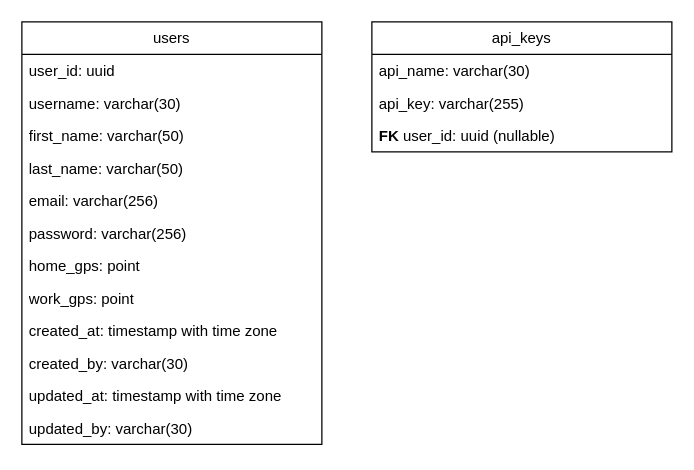
Earlier version of the draw.io diagram db/data-model.drawio (hgorges/Daily-Dash). Source tidied: cells renumbered, new cells numbered last; positions are measured from the earlier drawing's top-left corner, leaving out a move shared by most shapes. Both pictures are drawn from the tidied source at 125%, with x=0, y=0 at pixel (21, 21).
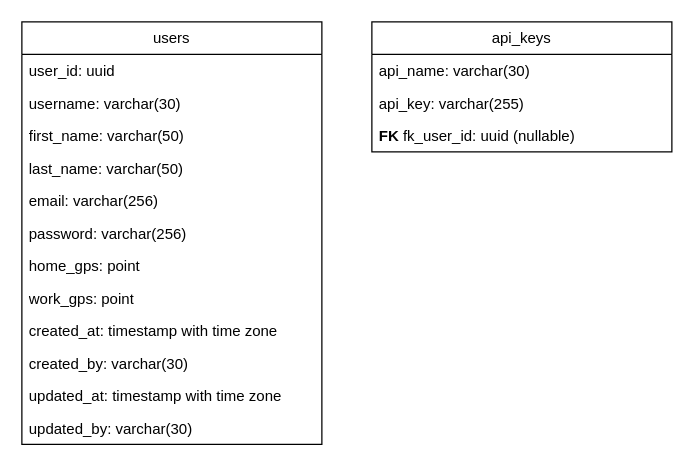
The same diagram, later.

Change to the diagram source:
```diff
@@
 <mxGraphModel>
   <root>
     <mxCell id="0" />
     <mxCell id="1" parent="0" />
     <mxCell id="2" value="users" style="swimlane;fontStyle=0;horizontal=1;startSize=26;fillColor=none;whiteSpace=wrap;html=1;" parent="1" vertex="1">
       <mxGeometry width="240" height="338" as="geometry" />
     </mxCell>
     <mxCell id="3" value="user_id: uuid" style="text;strokeColor=none;fillColor=none;align=left;verticalAlign=top;spacingLeft=4;spacingRight=4;overflow=hidden;whiteSpace=wrap;html=1;" parent="2" vertex="1">
       <mxGeometry y="26" width="240" height="26" as="geometry" />
     </mxCell>
     <mxCell id="4" value="username: varchar(30)" style="text;strokeColor=none;fillColor=none;align=left;verticalAlign=top;spacingLeft=4;spacingRight=4;overflow=hidden;whiteSpace=wrap;html=1;" parent="2" vertex="1">
       <mxGeometry y="52" width="240" height="26" as="geometry" />
     </mxCell>
     <mxCell id="5" value="first_name: varchar(50)" style="text;strokeColor=none;fillColor=none;align=left;verticalAlign=top;spacingLeft=4;spacingRight=4;overflow=hidden;whiteSpace=wrap;html=1;" parent="2" vertex="1">
       <mxGeometry y="78" width="240" height="26" as="geometry" />
     </mxCell>
     <mxCell id="6" value="last_name: varchar(50)" style="text;strokeColor=none;fillColor=none;align=left;verticalAlign=top;spacingLeft=4;spacingRight=4;overflow=hidden;whiteSpace=wrap;html=1;" parent="2" vertex="1">
       <mxGeometry y="104" width="240" height="26" as="geometry" />
     </mxCell>
     <mxCell id="7" value="email: varchar(256)" style="text;strokeColor=none;fillColor=none;align=left;verticalAlign=top;spacingLeft=4;spacingRight=4;overflow=hidden;whiteSpace=wrap;html=1;" parent="2" vertex="1">
       <mxGeometry y="130" width="240" height="26" as="geometry" />
     </mxCell>
     <mxCell id="8" value="password: varchar(256)" style="text;strokeColor=none;fillColor=none;align=left;verticalAlign=top;spacingLeft=4;spacingRight=4;overflow=hidden;whiteSpace=wrap;html=1;" parent="2" vertex="1">
       <mxGeometry y="156" width="240" height="26" as="geometry" />
     </mxCell>
     <mxCell id="9" value="home_gps: point" style="text;strokeColor=none;fillColor=none;align=left;verticalAlign=top;spacingLeft=4;spacingRight=4;overflow=hidden;whiteSpace=wrap;html=1;" parent="2" vertex="1">
       <mxGeometry y="182" width="240" height="26" as="geometry" />
     </mxCell>
     <mxCell id="10" value="work_gps: point" style="text;strokeColor=none;fillColor=none;align=left;verticalAlign=top;spacingLeft=4;spacingRight=4;overflow=hidden;whiteSpace=wrap;html=1;" parent="2" vertex="1">
       <mxGeometry y="208" width="240" height="26" as="geometry" />
     </mxCell>
     <mxCell id="11" value="created_at: timestamp with time zone" style="text;strokeColor=none;fillColor=none;align=left;verticalAlign=top;spacingLeft=4;spacingRight=4;overflow=hidden;whiteSpace=wrap;html=1;" parent="2" vertex="1">
       <mxGeometry y="234" width="240" height="26" as="geometry" />
     </mxCell>
     <mxCell id="12" value="created_by: varchar(30)" style="text;strokeColor=none;fillColor=none;align=left;verticalAlign=top;spacingLeft=4;spacingRight=4;overflow=hidden;whiteSpace=wrap;html=1;" parent="2" vertex="1">
       <mxGeometry y="260" width="240" height="26" as="geometry" />
     </mxCell>
     <mxCell id="13" value="updated_at: timestamp with time zone" style="text;strokeColor=none;fillColor=none;align=left;verticalAlign=top;spacingLeft=4;spacingRight=4;overflow=hidden;whiteSpace=wrap;html=1;" parent="2" vertex="1">
       <mxGeometry y="286" width="240" height="26" as="geometry" />
     </mxCell>
     <mxCell id="14" value="updated_by: varchar(30)" style="text;strokeColor=none;fillColor=none;align=left;verticalAlign=top;spacingLeft=4;spacingRight=4;overflow=hidden;whiteSpace=wrap;html=1;" parent="2" vertex="1">
       <mxGeometry y="312" width="240" height="26" as="geometry" />
     </mxCell>
     <mxCell id="15" value="api_keys" style="swimlane;fontStyle=0;horizontal=1;startSize=26;fillColor=none;whiteSpace=wrap;html=1;" parent="1" vertex="1">
       <mxGeometry x="280" width="240" height="104" as="geometry" />
     </mxCell>
     <mxCell id="16" value="api_name:&amp;nbsp;varchar(30)" style="text;strokeColor=none;fillColor=none;align=left;verticalAlign=top;spacingLeft=4;spacingRight=4;overflow=hidden;whiteSpace=wrap;html=1;" parent="15" vertex="1">
       <mxGeometry y="26" width="240" height="26" as="geometry" />
     </mxCell>
     <mxCell id="17" value="api_key: varchar(255)" style="text;strokeColor=none;fillColor=none;align=left;verticalAlign=top;spacingLeft=4;spacingRight=4;overflow=hidden;whiteSpace=wrap;html=1;" parent="15" vertex="1">
       <mxGeometry y="52" width="240" height="26" as="geometry" />
     </mxCell>
-    <mxCell id="18" value="&lt;b&gt;FK&lt;/b&gt; user_id: uuid (nullable)" style="text;strokeColor=none;fillColor=none;align=left;verticalAlign=top;spacingLeft=4;spacingRight=4;overflow=hidden;whiteSpace=wrap;html=1;" parent="15" vertex="1">
+    <mxCell id="18" value="&lt;b&gt;FK&lt;/b&gt;&amp;nbsp;fk_user_id: uuid (nullable)" style="text;strokeColor=none;fillColor=none;align=left;verticalAlign=top;spacingLeft=4;spacingRight=4;overflow=hidden;whiteSpace=wrap;html=1;" parent="15" vertex="1">
       <mxGeometry y="78" width="240" height="26" as="geometry" />
     </mxCell>
   </root>
 </mxGraphModel>
```
